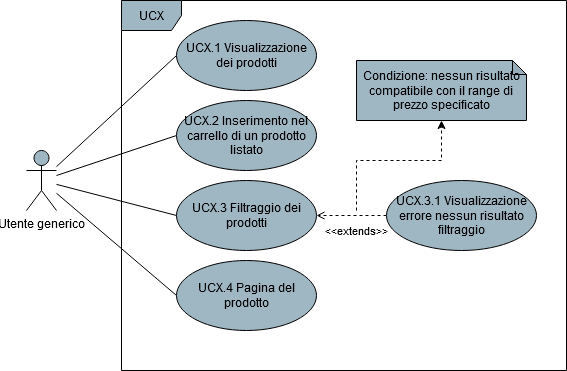
This is DocumentazioneEsterna/AnalisiDeiRequisiti/res/UseCase/Immagini/PaginaDellaCategoria.png from Omicron-Team/Documentazione, a draw.io export, as it was before one commit. Source tidied: cells renumbered, new cells last; positions are measured from the earlier drawing's top-left corner, leaving out a move shared by most shapes. The source it was exported from:
```xml
<mxGraphModel>
  <root>
    <mxCell id="0" />
    <mxCell id="1" parent="0" />
    <mxCell id="2" style="rounded=0;jettySize=auto;html=1;entryX=0;entryY=0.5;entryDx=0;entryDy=0;endArrow=none;endFill=0;" parent="1" edge="1" source="6" target="8">
      <mxGeometry relative="1" as="geometry" />
    </mxCell>
    <mxCell id="3" style="edgeStyle=none;rounded=0;jettySize=auto;html=1;entryX=0;entryY=0.5;entryDx=0;entryDy=0;endArrow=none;endFill=0;" parent="1" edge="1" source="6" target="9">
      <mxGeometry relative="1" as="geometry" />
    </mxCell>
    <mxCell id="4" style="edgeStyle=none;rounded=0;jettySize=auto;html=1;entryX=0;entryY=0.5;entryDx=0;entryDy=0;endArrow=none;endFill=0;" parent="1" edge="1" source="6" target="10">
      <mxGeometry relative="1" as="geometry" />
    </mxCell>
    <mxCell id="5" style="edgeStyle=none;rounded=0;jettySize=auto;html=1;entryX=0;entryY=0.5;entryDx=0;entryDy=0;endArrow=none;endFill=0;" parent="1" edge="1" source="6" target="11">
      <mxGeometry relative="1" as="geometry" />
    </mxCell>
    <mxCell id="6" value="Utente generico" style="shape=umlActor;verticalLabelPosition=bottom;verticalAlign=top;html=1;fillColor=#9FB6C3;" parent="1" vertex="1">
      <mxGeometry y="150" width="30" height="60" as="geometry" />
    </mxCell>
    <mxCell id="7" value="UCX" style="shape=umlFrame;whiteSpace=wrap;html=1;fillColor=#9FB6C3;" parent="1" vertex="1">
      <mxGeometry x="95" width="445" height="370" as="geometry" />
    </mxCell>
    <mxCell id="8" value="UCX.1 Visualizzazione dei prodotti" style="ellipse;whiteSpace=wrap;html=1;fillColor=#9FB6C3;" parent="1" vertex="1">
      <mxGeometry x="150" y="20" width="140" height="70" as="geometry" />
    </mxCell>
    <mxCell id="9" value="UCX.2 Inserimento nel carrello di un prodotto listato" style="ellipse;whiteSpace=wrap;html=1;fillColor=#9FB6C3;" parent="1" vertex="1">
      <mxGeometry x="150" y="100" width="140" height="70" as="geometry" />
    </mxCell>
    <mxCell id="10" value="UCX.3 Filtraggio dei prodotti" style="ellipse;whiteSpace=wrap;html=1;fillColor=#9FB6C3;" parent="1" vertex="1">
      <mxGeometry x="150" y="180" width="140" height="70" as="geometry" />
    </mxCell>
    <mxCell id="11" value="UCX.4 Pagina del prodotto" style="ellipse;whiteSpace=wrap;html=1;fillColor=#9FB6C3;" parent="1" vertex="1">
      <mxGeometry x="150" y="260" width="140" height="70" as="geometry" />
    </mxCell>
    <mxCell id="12" value="&amp;lt;&amp;lt;extends&amp;gt;&amp;gt;" style="edgeStyle=orthogonalEdgeStyle;rounded=0;jettySize=auto;html=1;exitX=0;exitY=0.5;exitDx=0;exitDy=0;entryX=1;entryY=0.5;entryDx=0;entryDy=0;endArrow=open;endFill=0;dashed=1;verticalAlign=bottom;align=center;" parent="1" edge="1" source="13" target="10">
      <mxGeometry x="-0.14" y="25" relative="1" as="geometry" />
    </mxCell>
    <mxCell id="13" value="UCX.3.1 Visualizzazione errore nessun risultato filtraggio" style="ellipse;whiteSpace=wrap;html=1;fillColor=#9FB6C3;" parent="1" vertex="1">
      <mxGeometry x="360" y="180" width="150" height="70" as="geometry" />
    </mxCell>
    <mxCell id="14" value="Condizione: nessun risultato compatibile con il range di prezzo specificato" style="shape=note;whiteSpace=wrap;html=1;backgroundOutline=1;darkOpacity=0.05;size=14;fillColor=#9FB6C3;" parent="1" vertex="1">
      <mxGeometry x="330" y="60" width="170" height="60" as="geometry" />
    </mxCell>
    <mxCell id="15" style="endArrow=classic;html=1;dashed=1;align=center;entryX=0.5;entryY=1;entryDx=0;entryDy=0;entryPerimeter=0;edgeStyle=orthogonalEdgeStyle;rounded=0;" parent="1" edge="1" target="14">
      <mxGeometry relative="1" as="geometry">
        <mxPoint x="330" y="210" as="sourcePoint" />
        <Array as="points">
          <mxPoint x="330" y="160" />
          <mxPoint x="415" y="160" />
        </Array>
      </mxGeometry>
    </mxCell>
  </root>
</mxGraphModel>
```
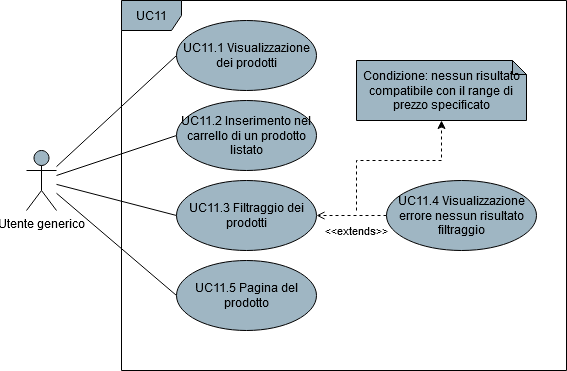
Above is the later version.

The edit, as a diff of the source:
```diff
@@ -17,25 +17,25 @@
     <mxCell id="6" value="Utente generico" style="shape=umlActor;verticalLabelPosition=bottom;verticalAlign=top;html=1;fillColor=#9FB6C3;" parent="1" vertex="1">
       <mxGeometry y="150" width="30" height="60" as="geometry" />
     </mxCell>
-    <mxCell id="7" value="UCX" style="shape=umlFrame;whiteSpace=wrap;html=1;fillColor=#9FB6C3;" parent="1" vertex="1">
+    <mxCell id="7" value="UC11" style="shape=umlFrame;whiteSpace=wrap;html=1;fillColor=#9FB6C3;" parent="1" vertex="1">
       <mxGeometry x="95" width="445" height="370" as="geometry" />
     </mxCell>
-    <mxCell id="8" value="UCX.1 Visualizzazione dei prodotti" style="ellipse;whiteSpace=wrap;html=1;fillColor=#9FB6C3;" parent="1" vertex="1">
+    <mxCell id="8" value="UC11.1 Visualizzazione dei prodotti" style="ellipse;whiteSpace=wrap;html=1;fillColor=#9FB6C3;" parent="1" vertex="1">
       <mxGeometry x="150" y="20" width="140" height="70" as="geometry" />
     </mxCell>
-    <mxCell id="9" value="UCX.2 Inserimento nel carrello di un prodotto listato" style="ellipse;whiteSpace=wrap;html=1;fillColor=#9FB6C3;" parent="1" vertex="1">
+    <mxCell id="9" value="UC11.2 Inserimento nel carrello di un prodotto listato" style="ellipse;whiteSpace=wrap;html=1;fillColor=#9FB6C3;" parent="1" vertex="1">
       <mxGeometry x="150" y="100" width="140" height="70" as="geometry" />
     </mxCell>
-    <mxCell id="10" value="UCX.3 Filtraggio dei prodotti" style="ellipse;whiteSpace=wrap;html=1;fillColor=#9FB6C3;" parent="1" vertex="1">
+    <mxCell id="10" value="UC11.3 Filtraggio dei prodotti" style="ellipse;whiteSpace=wrap;html=1;fillColor=#9FB6C3;" parent="1" vertex="1">
       <mxGeometry x="150" y="180" width="140" height="70" as="geometry" />
     </mxCell>
-    <mxCell id="11" value="UCX.4 Pagina del prodotto" style="ellipse;whiteSpace=wrap;html=1;fillColor=#9FB6C3;" parent="1" vertex="1">
+    <mxCell id="11" value="UC11.5 Pagina del prodotto" style="ellipse;whiteSpace=wrap;html=1;fillColor=#9FB6C3;" parent="1" vertex="1">
       <mxGeometry x="150" y="260" width="140" height="70" as="geometry" />
     </mxCell>
     <mxCell id="12" value="&amp;lt;&amp;lt;extends&amp;gt;&amp;gt;" style="edgeStyle=orthogonalEdgeStyle;rounded=0;jettySize=auto;html=1;exitX=0;exitY=0.5;exitDx=0;exitDy=0;entryX=1;entryY=0.5;entryDx=0;entryDy=0;endArrow=open;endFill=0;dashed=1;verticalAlign=bottom;align=center;" parent="1" edge="1" source="13" target="10">
       <mxGeometry x="-0.14" y="25" relative="1" as="geometry" />
     </mxCell>
-    <mxCell id="13" value="UCX.3.1 Visualizzazione errore nessun risultato filtraggio" style="ellipse;whiteSpace=wrap;html=1;fillColor=#9FB6C3;" parent="1" vertex="1">
+    <mxCell id="13" value="UC11.4 Visualizzazione errore nessun risultato filtraggio" style="ellipse;whiteSpace=wrap;html=1;fillColor=#9FB6C3;" parent="1" vertex="1">
       <mxGeometry x="360" y="180" width="150" height="70" as="geometry" />
     </mxCell>
     <mxCell id="14" value="Condizione: nessun risultato compatibile con il range di prezzo specificato" style="shape=note;whiteSpace=wrap;html=1;backgroundOutline=1;darkOpacity=0.05;size=14;fillColor=#9FB6C3;" parent="1" vertex="1">
```
